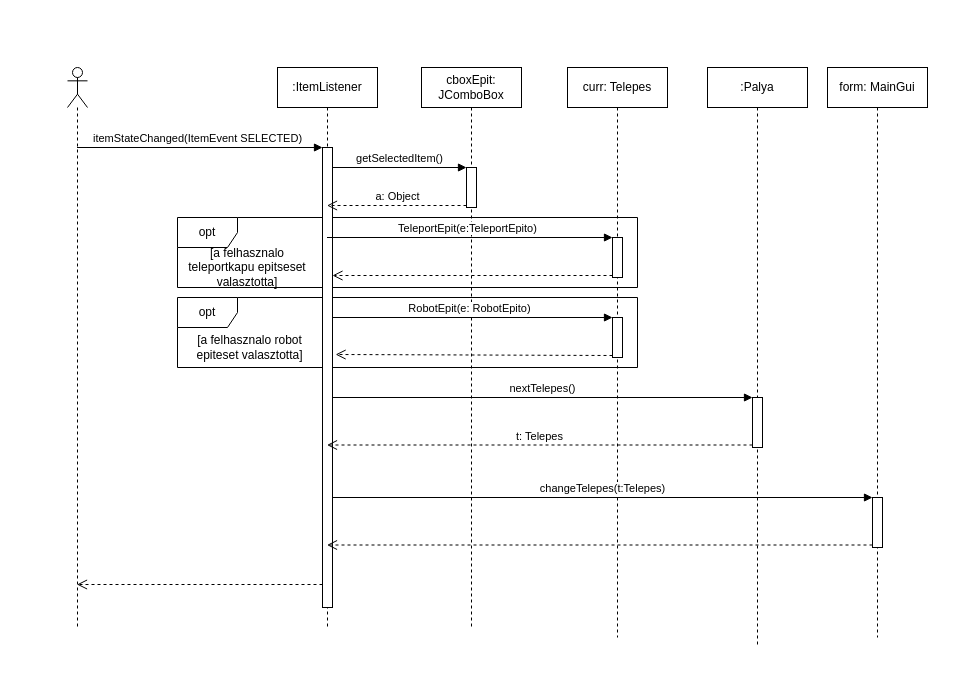
torpeBoiGo/aszteroidabanyaszat keeps this draw.io diagram as doc/UIszek/telepes_epit.drawio. Above is the earlier version. Source tidied: cells renumbered, new cells numbered last; positions are measured from the earlier drawing's top-left corner, leaving out a move shared by most shapes. Both pictures are drawn from the tidied source at 100%, with x=0, y=0 at pixel (67, 67).
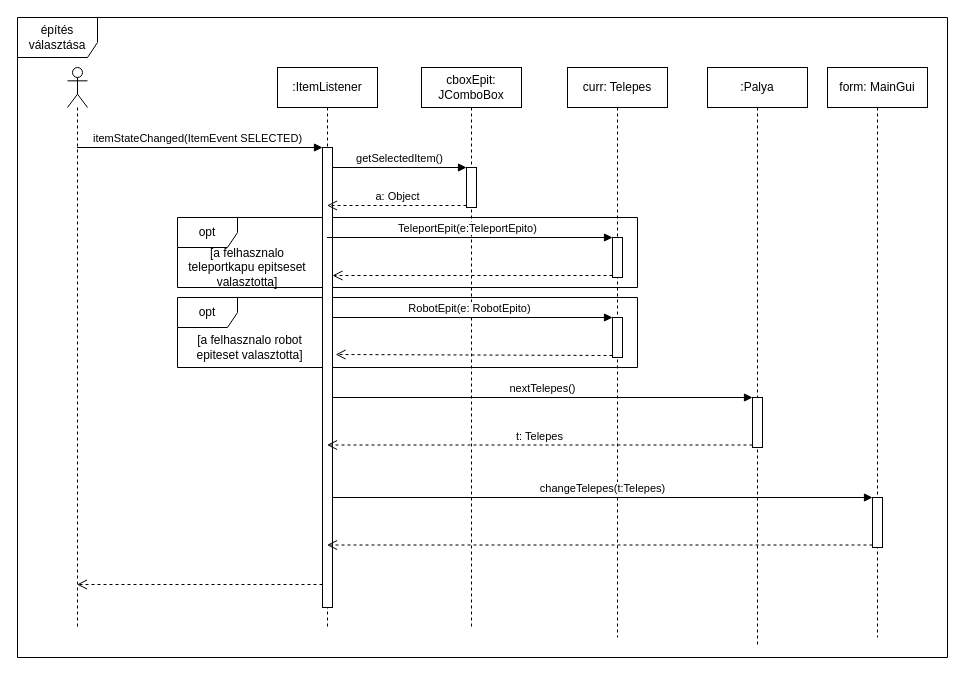
After the change.

Diff of the diagram source:
```diff
@@
+    <mxCell id="30" value="építés választása" style="shape=umlFrame;whiteSpace=wrap;html=1;width=80;height=40;" parent="1" vertex="1">
+      <mxGeometry x="-50" y="-50" width="930" height="640" as="geometry" />
+    </mxCell>
```
